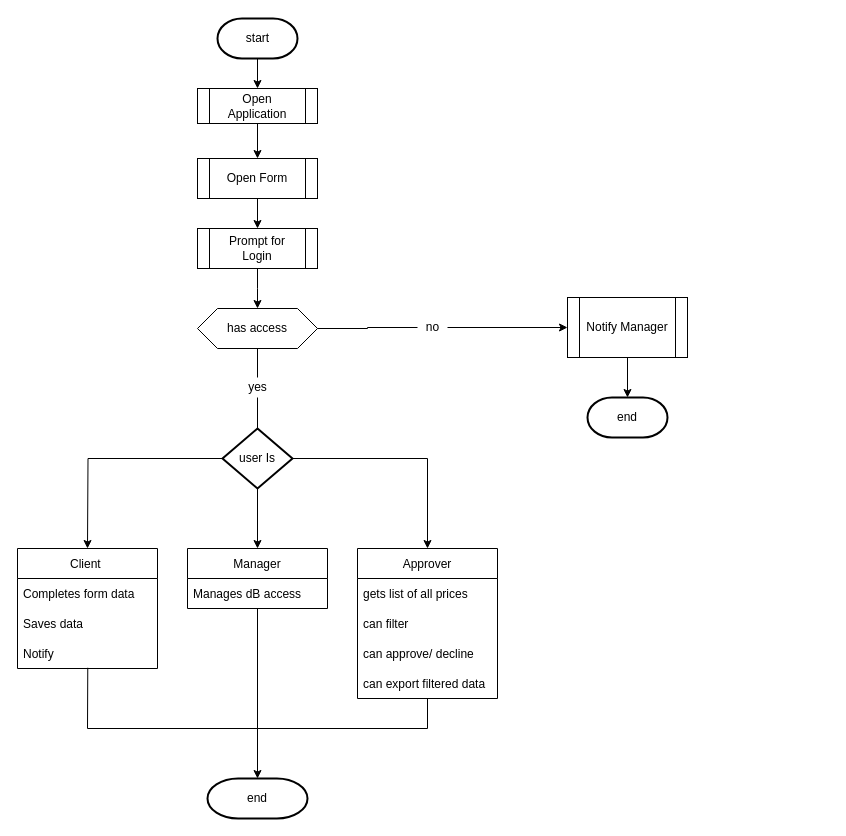
The draw.io diagram Price Manager.drawio in tothzola/price-manager, before the edit. Source tidied: cells renumbered, new cells numbered last; positions are measured from the earlier drawing's top-left corner, leaving out a move shared by most shapes. Both pictures are drawn from the tidied source at 100%, with x=0, y=0 at pixel (17, 18).
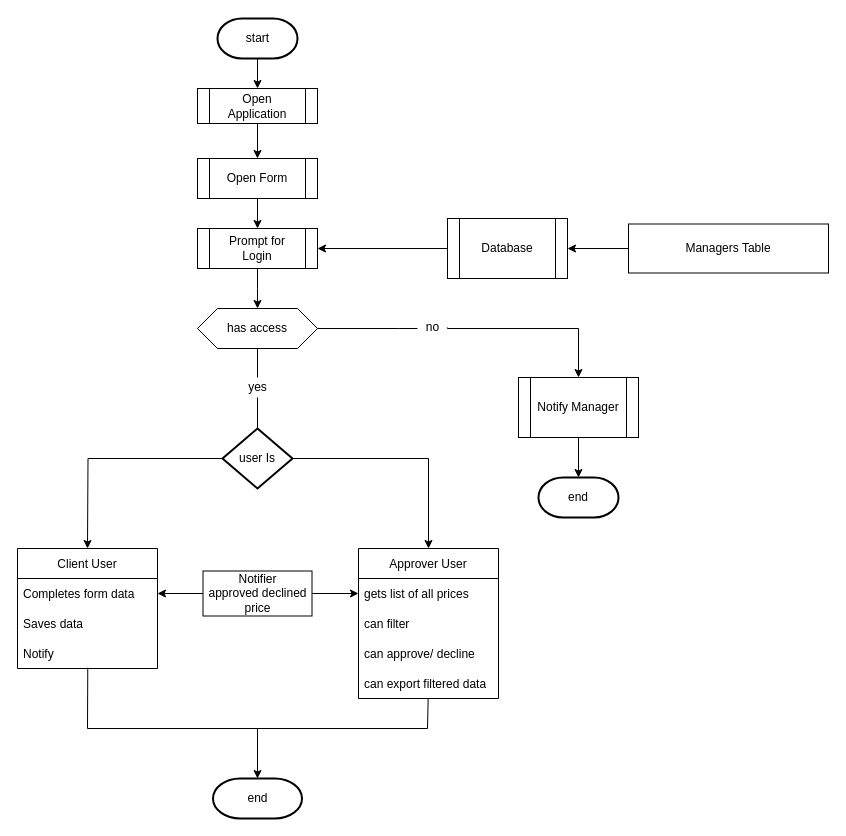
Above is the later version.

Unchanged cells that the change refers to:
```xml
<mxCell id="7" value="&lt;span&gt;Prompt for&lt;/span&gt;&lt;br&gt;&lt;span&gt;Login&lt;/span&gt;" style="shape=process;whiteSpace=wrap;html=1;backgroundOutline=1;" parent="1" vertex="1">
  <mxGeometry x="180" y="210" width="120" height="40" as="geometry" />
</mxCell>
<mxCell id="14" value="Completes form data" style="text;strokeColor=none;fillColor=none;align=left;verticalAlign=middle;spacingLeft=4;spacingRight=4;overflow=hidden;points=[[0,0.5],[1,0.5]];portConstraint=eastwest;" parent="13" vertex="1">
  <mxGeometry y="30" width="140" height="30" as="geometry" />
</mxCell>
<mxCell id="18" value="gets list of all prices" style="text;strokeColor=none;fillColor=none;align=left;verticalAlign=middle;spacingLeft=4;spacingRight=4;overflow=hidden;points=[[0,0.5],[1,0.5]];portConstraint=eastwest;" parent="17" vertex="1">
  <mxGeometry y="30" width="140" height="30" as="geometry" />
</mxCell>
<mxCell id="25" value="user Is" style="strokeWidth=2;html=1;shape=mxgraph.flowchart.decision;whiteSpace=wrap;" parent="1" vertex="1">
  <mxGeometry x="205" y="410" width="70" height="60" as="geometry" />
</mxCell>
<mxCell id="36" value="has access" style="shape=hexagon;perimeter=hexagonPerimeter2;whiteSpace=wrap;html=1;fixedSize=1;" parent="1" vertex="1">
  <mxGeometry x="180" y="290" width="120" height="40" as="geometry" />
</mxCell>
<mxCell id="37" value="no" style="text;html=1;align=center;verticalAlign=middle;points=[];strokeColor=none;fillColor=none;" parent="1" vertex="1">
  <mxGeometry x="400" y="299" width="30" height="20" as="geometry" />
</mxCell>
```

What changed in the source:
```diff
@@
     <mxCell id="12" value="Notify Manager" style="shape=process;whiteSpace=wrap;html=1;backgroundOutline=1;" parent="1" vertex="1">
-      <mxGeometry x="550" y="279" width="120" height="60" as="geometry" />
+      <mxGeometry x="501" y="359" width="120" height="60" as="geometry" />
     </mxCell>
-    <mxCell id="13" value="Client " style="swimlane;fontStyle=0;horizontal=1;startSize=30;" parent="1" vertex="1">
+    <mxCell id="13" value="Client User" style="swimlane;fontStyle=0;horizontal=1;startSize=30;" parent="1" vertex="1">
       <mxGeometry y="530" width="140" height="120" as="geometry" />
     </mxCell>
@@
-    <mxCell id="17" value="Approver" style="swimlane;fontStyle=0;horizontal=1;startSize=30;" parent="1" vertex="1">
-      <mxGeometry x="340" y="530" width="140" height="150" as="geometry" />
+    <mxCell id="17" value="Approver User" style="swimlane;fontStyle=0;horizontal=1;startSize=30;" parent="1" vertex="1">
+      <mxGeometry x="341" y="530" width="140" height="150" as="geometry" />
     </mxCell>
@@
-    <mxCell id="24" style="edgeStyle=orthogonalEdgeStyle;rounded=0;jettySize=auto;html=1;exitX=0.5;exitY=1;exitDx=0;exitDy=0;exitPerimeter=0;entryX=0.5;entryY=0;entryDx=0;entryDy=0;" parent="1" edge="1" source="25" target="26">
-      <mxGeometry relative="1" as="geometry" />
-    </mxCell>
@@
-    <mxCell id="26" value="Manager" style="swimlane;fontStyle=0;horizontal=1;startSize=30;" parent="1" vertex="1">
-      <mxGeometry x="170" y="530" width="140" height="60" as="geometry" />
-    </mxCell>
-    <mxCell id="27" value="Manages dB access" style="text;strokeColor=none;fillColor=none;align=left;verticalAlign=middle;spacingLeft=4;spacingRight=4;overflow=hidden;" parent="26" vertex="1">
-      <mxGeometry y="30" width="140" height="30" as="geometry" />
-    </mxCell>
     <mxCell id="28" value="end" style="strokeWidth=2;html=1;shape=mxgraph.flowchart.terminator;whiteSpace=wrap;" parent="1" vertex="1">
-      <mxGeometry x="570" y="379" width="80" height="40" as="geometry" />
+      <mxGeometry x="521" y="459" width="80" height="40" as="geometry" />
     </mxCell>
     <mxCell id="29" value="end" style="strokeWidth=2;html=1;shape=mxgraph.flowchart.terminator;whiteSpace=wrap;" parent="1" vertex="1">
-      <mxGeometry x="190" y="760" width="100" height="40" as="geometry" />
+      <mxGeometry x="195.5" y="760" width="89" height="40" as="geometry" />
     </mxCell>
@@
-    <mxCell id="31" style="endArrow=none;html=1;rounded=0;entryX=0.5;entryY=1;entryDx=0;entryDy=0;" parent="1" edge="1" target="26">
-      <mxGeometry relative="1" as="geometry">
-        <mxPoint x="240" y="710" as="sourcePoint" />
-      </mxGeometry>
-    </mxCell>
@@
     <mxCell id="35" style="edgeStyle=orthogonalEdgeStyle;rounded=0;jettySize=auto;html=1;exitX=1;exitY=0.5;exitDx=0;exitDy=0;startArrow=none;" parent="1" edge="1" source="37" target="12">
-      <mxGeometry relative="1" as="geometry" />
+      <mxGeometry relative="1" as="geometry">
+        <Array as="points">
+          <mxPoint x="430" y="310" />
+          <mxPoint x="561" y="310" />
+        </Array>
+      </mxGeometry>
     </mxCell>
@@
     <mxCell id="38" style="edgeStyle=orthogonalEdgeStyle;rounded=0;jettySize=auto;html=1;exitX=1;exitY=0.5;exitDx=0;exitDy=0;endArrow=none;" parent="1" edge="1" source="36" target="37">
-      <mxGeometry relative="1" as="geometry" />
+      <mxGeometry relative="1" as="geometry">
+        <Array as="points">
+          <mxPoint x="381" y="310" />
+          <mxPoint x="381" y="310" />
+        </Array>
+      </mxGeometry>
     </mxCell>
+    <mxCell id="39" style="edgeStyle=orthogonalEdgeStyle;rounded=0;jettySize=auto;html=1;entryX=1;entryY=0.5;entryDx=0;entryDy=0;" parent="1" edge="1" source="40" target="42">
+      <mxGeometry relative="1" as="geometry" />
+    </mxCell>
+    <mxCell id="40" value="Managers Table" style="whiteSpace=wrap;html=1;" parent="1" vertex="1">
+      <mxGeometry x="611" y="205.5" width="200" height="49" as="geometry" />
+    </mxCell>
+    <mxCell id="41" style="edgeStyle=orthogonalEdgeStyle;rounded=0;jettySize=auto;html=1;entryX=1;entryY=0.5;entryDx=0;entryDy=0;" parent="1" edge="1" source="42" target="7">
+      <mxGeometry relative="1" as="geometry" />
+    </mxCell>
+    <mxCell id="42" value="Database" style="shape=process;whiteSpace=wrap;html=1;backgroundOutline=1;" parent="1" vertex="1">
+      <mxGeometry x="430" y="200" width="120" height="60" as="geometry" />
+    </mxCell>
+    <mxCell id="43" style="edgeStyle=orthogonalEdgeStyle;rounded=0;jettySize=auto;html=1;entryX=1;entryY=0.5;entryDx=0;entryDy=0;" parent="1" edge="1" source="45" target="14">
+      <mxGeometry relative="1" as="geometry" />
+    </mxCell>
+    <mxCell id="44" style="edgeStyle=orthogonalEdgeStyle;rounded=0;jettySize=auto;html=1;exitX=1;exitY=0.5;exitDx=0;exitDy=0;entryX=0;entryY=0.5;entryDx=0;entryDy=0;" parent="1" edge="1" source="45" target="18">
+      <mxGeometry relative="1" as="geometry" />
+    </mxCell>
+    <mxCell id="45" value="Notifier&lt;br&gt;approved declined price" style="whiteSpace=wrap;html=1;" parent="1" vertex="1">
+      <mxGeometry x="185.5" y="552.5" width="109" height="45" as="geometry" />
+    </mxCell>
```
